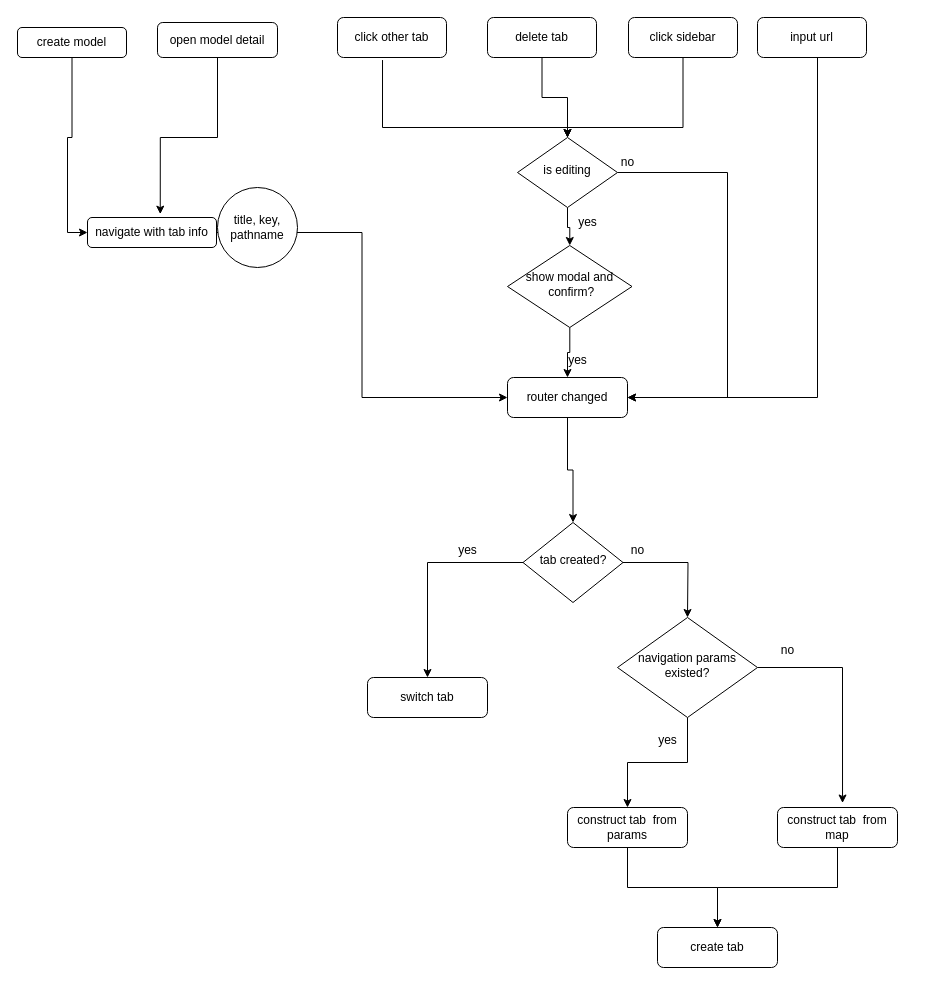
Above: Untitled Diagram.drawio in CongcongDeng/test-frontend-repo (draw.io), before the change. Source tidied: cells renumbered, new cells numbered last; positions are measured from the earlier drawing's top-left corner, leaving out a move shared by most shapes. Both pictures are drawn from the tidied source at 100%, with x=0, y=0 at pixel (17, 17).
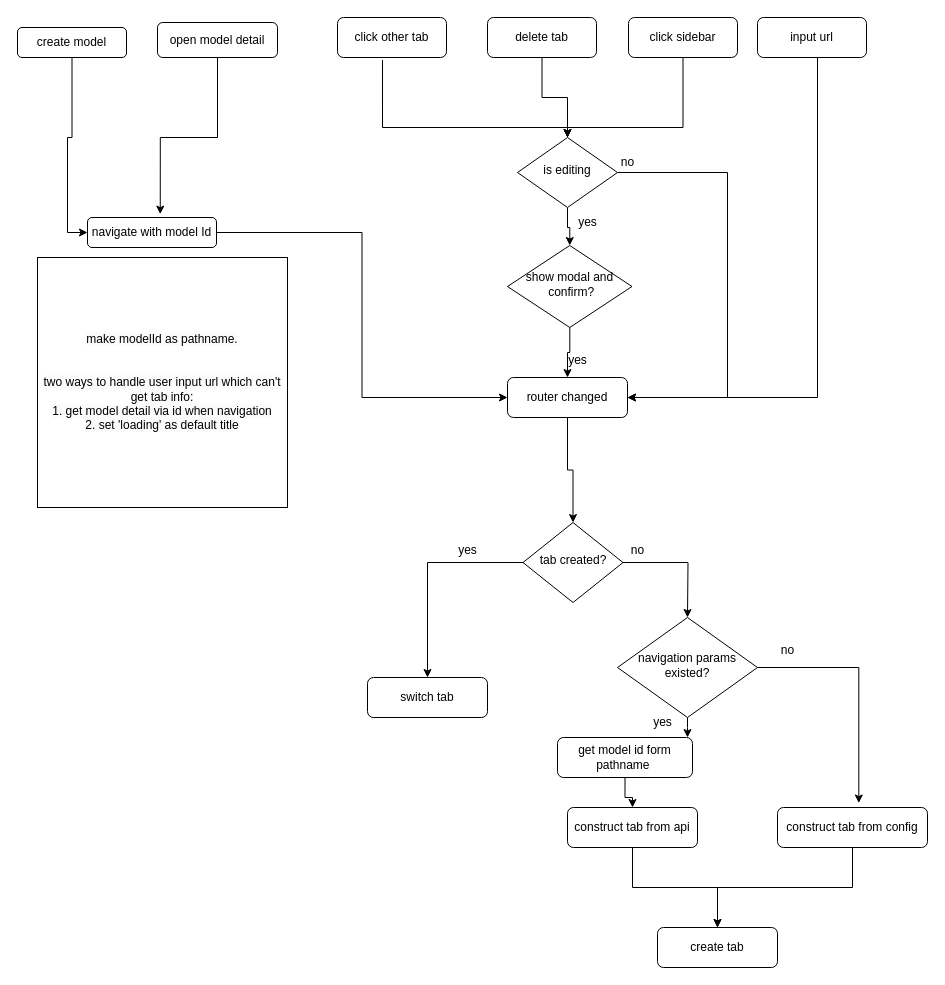
The same diagram, later.

The change refers to these unchanged cells:
```xml
<mxCell id="33" value="navigation params existed?" style="rhombus;whiteSpace=wrap;html=1;shadow=0;fontFamily=Helvetica;fontSize=12;align=center;strokeWidth=1;spacing=6;spacingTop=-4;" parent="1" vertex="1">
  <mxGeometry x="600" y="600" width="140" height="100" as="geometry" />
</mxCell>
```

Diff of the diagram source:
```diff
@@
-    <mxCell id="27" value="navigate with tab info" style="rounded=1;whiteSpace=wrap;html=1;" parent="1" vertex="1">
+    <mxCell id="27" value="navigate with model Id" style="rounded=1;whiteSpace=wrap;html=1;" parent="1" vertex="1">
       <mxGeometry x="70" y="200" width="129" height="30" as="geometry" />
     </mxCell>
-    <mxCell id="28" value="title, key, pathname" style="ellipse;whiteSpace=wrap;html=1;" parent="1" vertex="1">
-      <mxGeometry x="200" y="170" width="80" height="80" as="geometry" />
-    </mxCell>
@@
-    <mxCell id="30" value="construct tab&amp;nbsp; from params" style="rounded=1;whiteSpace=wrap;html=1;fontSize=12;glass=0;strokeWidth=1;shadow=0;" parent="1" vertex="1">
-      <mxGeometry x="550" y="790" width="120" height="40" as="geometry" />
+    <mxCell id="30" value="construct tab from api" style="rounded=1;whiteSpace=wrap;html=1;fontSize=12;glass=0;strokeWidth=1;shadow=0;" parent="1" vertex="1">
+      <mxGeometry x="550" y="790" width="130" height="40" as="geometry" />
     </mxCell>
-    <mxCell id="31" style="edgeStyle=orthogonalEdgeStyle;rounded=0;jettySize=auto;html=1;" parent="1" edge="1" source="33" target="30">
-      <mxGeometry relative="1" as="geometry" />
-    </mxCell>
@@
+    <mxCell id="43" style="edgeStyle=orthogonalEdgeStyle;rounded=0;jettySize=auto;html=1;exitX=0.5;exitY=1;exitDx=0;exitDy=0;" parent="1" edge="1" source="33" target="46">
+      <mxGeometry relative="1" as="geometry">
+        <Array as="points">
+          <mxPoint x="670" y="710" />
+          <mxPoint x="670" y="710" />
+        </Array>
+      </mxGeometry>
+    </mxCell>
@@
-    <mxCell id="35" value="construct tab&amp;nbsp; from map" style="rounded=1;whiteSpace=wrap;html=1;fontSize=12;glass=0;strokeWidth=1;shadow=0;" parent="1" vertex="1">
-      <mxGeometry x="760" y="790" width="120" height="40" as="geometry" />
+    <mxCell id="35" value="construct tab from config" style="rounded=1;whiteSpace=wrap;html=1;fontSize=12;glass=0;strokeWidth=1;shadow=0;" parent="1" vertex="1">
+      <mxGeometry x="760" y="790" width="150" height="40" as="geometry" />
     </mxCell>
@@
     <mxCell id="42" value="yes" style="text;html=1;align=center;verticalAlign=middle;strokeColor=none;fillColor=none;" parent="1" vertex="1">
-      <mxGeometry x="630" y="708" width="40" height="30" as="geometry" />
+      <mxGeometry x="625" y="690" width="40" height="30" as="geometry" />
     </mxCell>
+    <mxCell id="44" value="&lt;span style=&quot;color: rgb(0, 0, 0); font-family: Helvetica; font-size: 12px; font-style: normal; font-variant-ligatures: normal; font-variant-caps: normal; font-weight: 400; letter-spacing: normal; orphans: 2; text-align: center; text-indent: 0px; text-transform: none; widows: 2; word-spacing: 0px; -webkit-text-stroke-width: 0px; background-color: rgb(251, 251, 251); text-decoration-thickness: initial; text-decoration-style: initial; text-decoration-color: initial; float: none; display: inline !important;&quot;&gt;make modelId as pathname.&lt;br&gt;&lt;/span&gt;&lt;br&gt;&lt;br style=&quot;border-color: var(--border-color); color: rgb(0, 0, 0); font-family: Helvetica; font-size: 12px; font-style: normal; font-variant-ligatures: normal; font-variant-caps: normal; font-weight: 400; letter-spacing: normal; orphans: 2; text-align: center; text-indent: 0px; text-transform: none; widows: 2; word-spacing: 0px; -webkit-text-stroke-width: 0px; background-color: rgb(251, 251, 251); text-decoration-thickness: initial; text-decoration-style: initial; text-decoration-color: initial;&quot;&gt;&lt;span style=&quot;color: rgb(0, 0, 0); font-family: Helvetica; font-size: 12px; font-style: normal; font-variant-ligatures: normal; font-variant-caps: normal; font-weight: 400; letter-spacing: normal; orphans: 2; text-align: center; text-indent: 0px; text-transform: none; widows: 2; word-spacing: 0px; -webkit-text-stroke-width: 0px; background-color: rgb(251, 251, 251); text-decoration-thickness: initial; text-decoration-style: initial; text-decoration-color: initial; float: none; display: inline !important;&quot;&gt;two ways to handle user input url which can't get tab info:&lt;/span&gt;&lt;br style=&quot;border-color: var(--border-color); color: rgb(0, 0, 0); font-family: Helvetica; font-size: 12px; font-style: normal; font-variant-ligatures: normal; font-variant-caps: normal; font-weight: 400; letter-spacing: normal; orphans: 2; text-align: center; text-indent: 0px; text-transform: none; widows: 2; word-spacing: 0px; -webkit-text-stroke-width: 0px; background-color: rgb(251, 251, 251); text-decoration-thickness: initial; text-decoration-style: initial; text-decoration-color: initial;&quot;&gt;&lt;span style=&quot;color: rgb(0, 0, 0); font-family: Helvetica; font-size: 12px; font-style: normal; font-variant-ligatures: normal; font-variant-caps: normal; font-weight: 400; letter-spacing: normal; orphans: 2; text-align: center; text-indent: 0px; text-transform: none; widows: 2; word-spacing: 0px; -webkit-text-stroke-width: 0px; background-color: rgb(251, 251, 251); text-decoration-thickness: initial; text-decoration-style: initial; text-decoration-color: initial; float: none; display: inline !important;&quot;&gt;1. get model detail via id when navigation&lt;/span&gt;&lt;br style=&quot;border-color: var(--border-color); color: rgb(0, 0, 0); font-family: Helvetica; font-size: 12px; font-style: normal; font-variant-ligatures: normal; font-variant-caps: normal; font-weight: 400; letter-spacing: normal; orphans: 2; text-align: center; text-indent: 0px; text-transform: none; widows: 2; word-spacing: 0px; -webkit-text-stroke-width: 0px; background-color: rgb(251, 251, 251); text-decoration-thickness: initial; text-decoration-style: initial; text-decoration-color: initial;&quot;&gt;&lt;span style=&quot;color: rgb(0, 0, 0); font-family: Helvetica; font-size: 12px; font-style: normal; font-variant-ligatures: normal; font-variant-caps: normal; font-weight: 400; letter-spacing: normal; orphans: 2; text-align: center; text-indent: 0px; text-transform: none; widows: 2; word-spacing: 0px; -webkit-text-stroke-width: 0px; background-color: rgb(251, 251, 251); text-decoration-thickness: initial; text-decoration-style: initial; text-decoration-color: initial; float: none; display: inline !important;&quot;&gt;2. set 'loading' as default title&lt;/span&gt;" style="whiteSpace=wrap;html=1;" parent="1" vertex="1">
+      <mxGeometry x="20" y="240" width="250" height="250" as="geometry" />
+    </mxCell>
+    <mxCell id="45" style="edgeStyle=orthogonalEdgeStyle;rounded=0;jettySize=auto;html=1;" parent="1" edge="1" source="46" target="30">
+      <mxGeometry relative="1" as="geometry" />
+    </mxCell>
+    <mxCell id="46" value="get model id form pathname&amp;nbsp;" style="rounded=1;whiteSpace=wrap;html=1;" parent="1" vertex="1">
+      <mxGeometry x="540" y="720" width="135" height="40" as="geometry" />
+    </mxCell>
```
